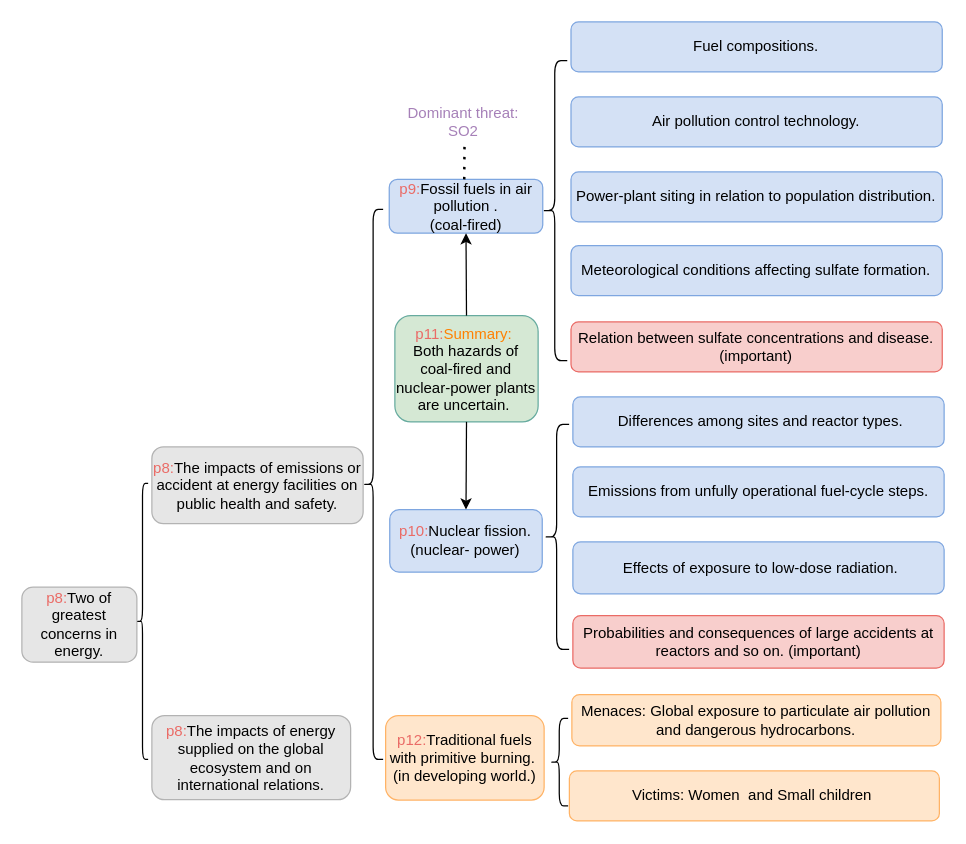
This is mindmap.drawio from limengzhu3211/draw, a draw.io file, before an edit. Source tidied: cells renumbered, new cells numbered last; positions are measured from the earlier drawing's top-left corner, leaving out a move shared by most shapes. Both pictures are drawn from the tidied source at 125%, with x=0, y=0 at pixel (21, 21).
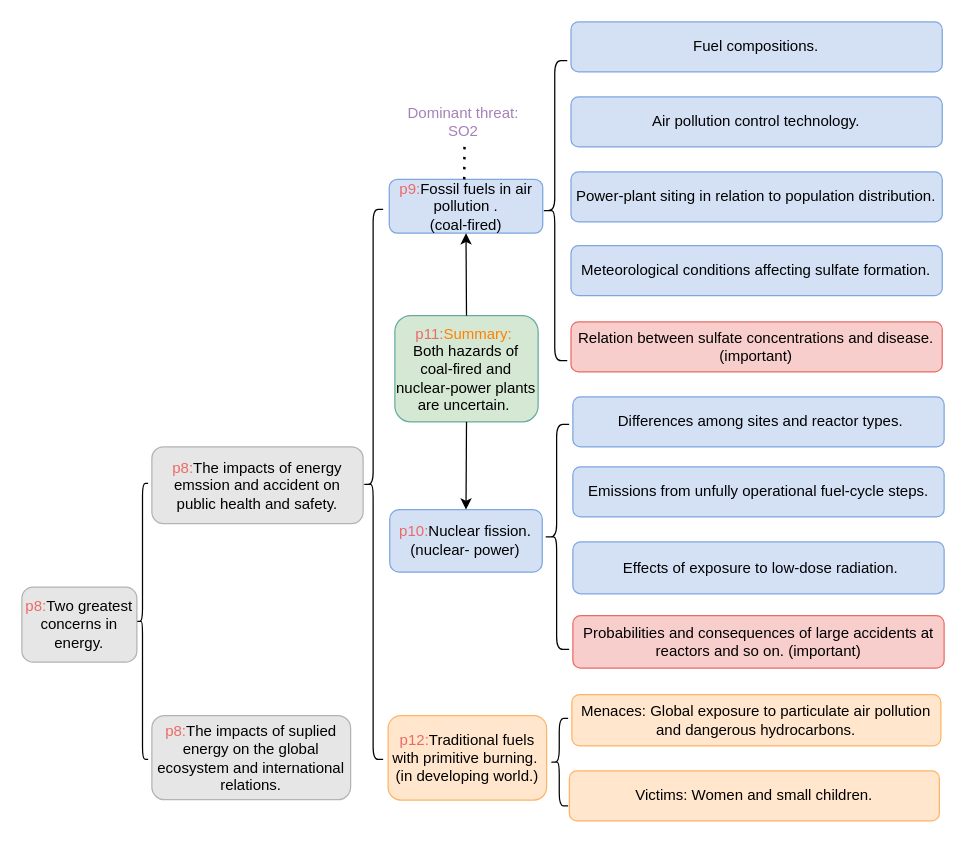
The same diagram, later.

Change to the diagram source:
```diff
@@
-    <mxCell id="2" value="&lt;font color=&quot;#ea6b66&quot;&gt;p8:&lt;/font&gt;Two of greatest concerns in energy." style="rounded=1;whiteSpace=wrap;html=1;fillColor=#E6E6E6;strokeColor=#B3B3B3;" parent="1" vertex="1">
+    <mxCell id="2" value="&lt;font color=&quot;#ea6b66&quot;&gt;p8:&lt;/font&gt;Two greatest concerns in energy." style="rounded=1;whiteSpace=wrap;html=1;fillColor=#E6E6E6;strokeColor=#B3B3B3;" parent="1" vertex="1">
       <mxGeometry y="452.2" width="92" height="60" as="geometry" />
     </mxCell>
@@
-    <mxCell id="4" value="&lt;font color=&quot;#ea6b66&quot;&gt;p8:&lt;/font&gt;The impacts of energy supplied on the global ecosystem and on international relations." style="rounded=1;whiteSpace=wrap;html=1;fillColor=#E6E6E6;strokeColor=#B3B3B3;" parent="1" vertex="1">
+    <mxCell id="4" value="&lt;font color=&quot;#ea6b66&quot;&gt;p8:&lt;/font&gt;The impacts of suplied energy on the global ecosystem and international relations." style="rounded=1;whiteSpace=wrap;html=1;fillColor=#E6E6E6;strokeColor=#B3B3B3;" parent="1" vertex="1">
       <mxGeometry x="104" y="555" width="159" height="67.2" as="geometry" />
     </mxCell>
-    <mxCell id="5" value="&lt;font color=&quot;#ea6b66&quot;&gt;p8:&lt;/font&gt;The impacts of emissions or accident at energy facilities on public health and safety." style="rounded=1;whiteSpace=wrap;html=1;fillColor=#E6E6E6;strokeColor=#B3B3B3;" parent="1" vertex="1">
+    <mxCell id="5" value="&lt;font color=&quot;#ea6b66&quot;&gt;p8:&lt;/font&gt;The impacts of energy emssion and accident on public health and safety." style="rounded=1;whiteSpace=wrap;html=1;fillColor=#E6E6E6;strokeColor=#B3B3B3;" parent="1" vertex="1">
       <mxGeometry x="104" y="340" width="169" height="61.4" as="geometry" />
     </mxCell>
@@
-    <mxCell id="17" value="Victims: Women&amp;nbsp; and Small children&amp;nbsp;" style="rounded=1;whiteSpace=wrap;html=1;fillColor=#FFE6CC;strokeColor=#FFB366;" parent="1" vertex="1">
+    <mxCell id="17" value="Victims: Women and small children." style="rounded=1;whiteSpace=wrap;html=1;fillColor=#FFE6CC;strokeColor=#FFB366;" parent="1" vertex="1">
       <mxGeometry x="438" y="599.2" width="296" height="40" as="geometry" />
     </mxCell>
@@
     <mxCell id="26" value="&lt;font color=&quot;#ea6b66&quot;&gt;p12:&lt;/font&gt;Traditional fuels with primitive burning.&amp;nbsp;&lt;br&gt;(in developing world.)" style="rounded=1;whiteSpace=wrap;html=1;fillColor=#FFE6CC;strokeColor=#FFB366;" parent="1" vertex="1">
-      <mxGeometry x="291" y="555" width="126.8" height="67.5" as="geometry" />
+      <mxGeometry x="293" y="555" width="126.8" height="67.5" as="geometry" />
     </mxCell>
```
